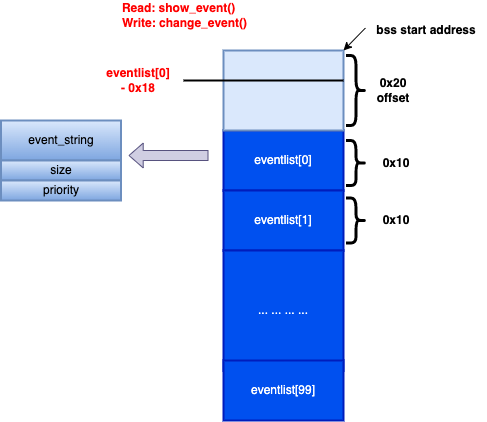
Before: unlink1.png, a diagram exported from draw.io (Vito-Swift/RefImgs). Source tidied: cells renumbered, new cells last; positions are measured from the earlier drawing's top-left corner, leaving out a move shared by most shapes.
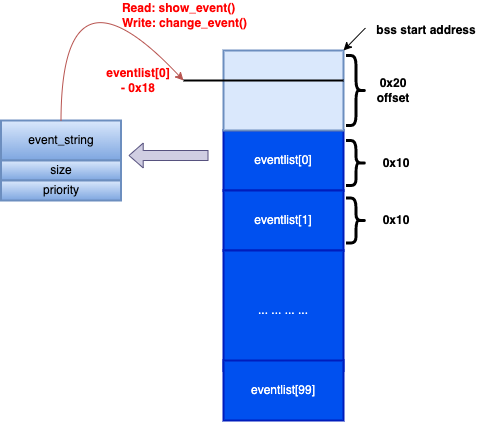
After the change.

The edit, as a diff of the source:
```diff
@@ -56,14 +56,21 @@
     <mxCell id="18" value="priority" style="rounded=0;whiteSpace=wrap;html=1;strokeWidth=2;fillColor=#dae8fc;strokeColor=#6c8ebf;gradientColor=#7ea6e0;" parent="1" vertex="1">
       <mxGeometry x="0.5" y="180" width="120" height="20" as="geometry" />
     </mxCell>
-    <mxCell id="19" style="line;strokeWidth=2;html=1;" parent="1" vertex="1">
-      <mxGeometry x="183" y="75" width="160" height="10" as="geometry" />
+    <mxCell id="19" style="curved=1;endArrow=classic;html=1;rounded=0;entryX=0;entryY=0.5;entryDx=0;entryDy=0;entryPerimeter=0;exitX=0.5;exitY=0;exitDx=0;exitDy=0;fillColor=#f8cecc;gradientColor=#ea6b66;strokeColor=#b85450;" parent="1" edge="1" source="16" target="20">
+      <mxGeometry relative="1" as="geometry">
+        <Array as="points">
+          <mxPoint x="61" y="-50" />
+        </Array>
+      </mxGeometry>
     </mxCell>
-    <mxCell id="20" value="eventlist[0] - 0x18" style="text;html=1;strokeColor=none;fillColor=none;align=center;verticalAlign=middle;whiteSpace=wrap;rounded=0;fontStyle=1;fontColor=#FF0000;" parent="1" vertex="1">
-      <mxGeometry x="108" y="65" width="60" height="30" as="geometry" />
+    <mxCell id="20" style="line;strokeWidth=2;html=1;" parent="1" vertex="1">
+      <mxGeometry x="183" y="75" width="160" height="10" as="geometry" />
     </mxCell>
-    <mxCell id="21" value="&lt;div style=&quot;text-align: left&quot;&gt;&lt;span&gt;Read: show_event()&lt;/span&gt;&lt;/div&gt;&lt;div style=&quot;text-align: left&quot;&gt;&lt;span&gt;Write: change_event()&lt;/span&gt;&lt;/div&gt;" style="text;html=1;strokeColor=none;fillColor=none;align=center;verticalAlign=middle;whiteSpace=wrap;rounded=0;fontStyle=1;fontColor=#FF0000;" parent="1" vertex="1">
-      <mxGeometry x="78" width="212.5" height="30" as="geometry" />
+    <mxCell id="21" value="eventlist[0] - 0x18" style="text;html=1;strokeColor=none;fillColor=none;align=center;verticalAlign=middle;whiteSpace=wrap;rounded=0;fontStyle=1;fontColor=#FF0000;" parent="1" vertex="1">
+      <mxGeometry x="108" y="65" width="60" height="30" as="geometry" />
     </mxCell>
+    <mxCell id="22" value="&lt;div style=&quot;text-align: left&quot;&gt;&lt;span&gt;Read: show_event()&lt;/span&gt;&lt;/div&gt;&lt;div style=&quot;text-align: left&quot;&gt;&lt;span&gt;Write: change_event()&lt;/span&gt;&lt;/div&gt;" style="text;html=1;strokeColor=none;fillColor=none;align=center;verticalAlign=middle;whiteSpace=wrap;rounded=0;fontStyle=1;fontColor=#FF0000;" parent="1" vertex="1">
+      <mxGeometry x="78" width="212.5" height="30" as="geometry" />
+    </mxCell>
   </root>
 </mxGraphModel>
```
